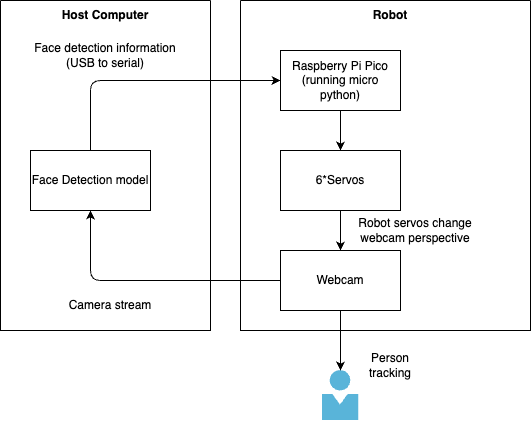
Earlier version of the draw.io export hardware.png (Smengerl/Camera_Follower_Bot). Source tidied: cells renumbered, new cells last; positions are measured from the earlier drawing's top-left corner, leaving out a move shared by most shapes.
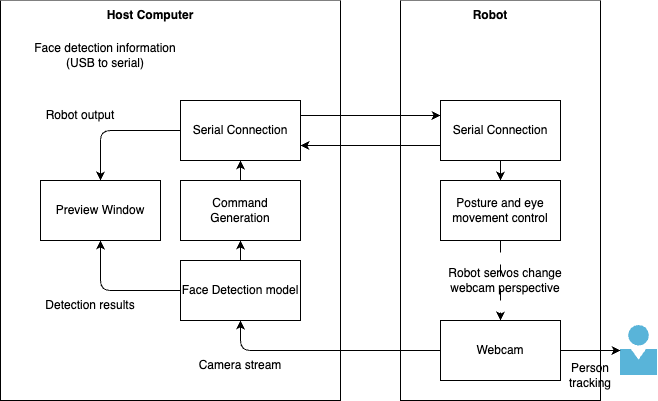
After the change.

Commit message:
Added details to schematics

The edit, as a diff of the source:
```diff
@@ -2,67 +2,101 @@
   <root>
     <mxCell id="0" />
     <mxCell id="1" parent="0" />
-    <mxCell id="2" style="image;sketch=0;html=1;points=[];align=center;fontSize=12;image=img/lib/mscae/Person.svg;" parent="1" vertex="1">
-      <mxGeometry x="321.5" y="370" width="37" height="50" as="geometry" />
-    </mxCell>
-    <mxCell id="3" style="edgeStyle=none;html=1;exitX=0.5;exitY=0;exitDx=0;exitDy=0;entryX=0;entryY=0.5;entryDx=0;entryDy=0;" parent="1" edge="1" source="17" target="10">
-      <mxGeometry relative="1" as="geometry">
-        <Array as="points">
-          <mxPoint x="90" y="80" />
-        </Array>
-      </mxGeometry>
-    </mxCell>
-    <mxCell id="4" style="edgeStyle=none;html=1;entryX=0.5;entryY=1;entryDx=0;entryDy=0;" parent="1" edge="1" source="6" target="17">
-      <mxGeometry relative="1" as="geometry">
-        <Array as="points">
-          <mxPoint x="90" y="280" />
-        </Array>
-      </mxGeometry>
-    </mxCell>
-    <mxCell id="5" style="edgeStyle=none;html=1;" parent="1" edge="1" source="6" target="2">
-      <mxGeometry relative="1" as="geometry" />
-    </mxCell>
-    <mxCell id="6" value="Webcam" style="rounded=0;whiteSpace=wrap;html=1;fillColor=default;" parent="1" vertex="1">
-      <mxGeometry x="280" y="250" width="120" height="60" as="geometry" />
-    </mxCell>
-    <mxCell id="7" style="swimlane;startSize=0;" parent="1" vertex="1">
-      <mxGeometry x="240" width="290" height="330" as="geometry" />
+    <mxCell id="7" style="swimlane;startSize=0;swimlaneFillColor=default;" parent="1" vertex="1">
+      <mxGeometry x="250" width="200" height="400" as="geometry" />
     </mxCell>
     <mxCell id="8" value="Robot" style="text;html=1;align=center;verticalAlign=middle;whiteSpace=wrap;rounded=0;fontStyle=1;" parent="7" vertex="1">
-      <mxGeometry x="10" width="280" height="30" as="geometry" />
+      <mxGeometry x="10" width="160" height="30" as="geometry" />
     </mxCell>
-    <mxCell id="9" value="6*Servos" style="rounded=0;whiteSpace=wrap;html=1;" parent="7" vertex="1">
-      <mxGeometry x="40" y="150" width="120" height="60" as="geometry" />
-    </mxCell>
-    <mxCell id="10" value="Raspberry Pi Pico (running micro python)" style="rounded=0;whiteSpace=wrap;html=1;" parent="7" vertex="1">
-      <mxGeometry x="40" y="50" width="120" height="60" as="geometry" />
+    <mxCell id="10" value="Posture and eye movement control" style="rounded=0;whiteSpace=wrap;html=1;" parent="7" vertex="1">
+      <mxGeometry x="40" y="180" width="120" height="60" as="geometry" />
     </mxCell>
-    <mxCell id="11" style="edgeStyle=none;html=1;" parent="7" edge="1" source="10" target="9">
-      <mxGeometry relative="1" as="geometry" />
-    </mxCell>
     <mxCell id="12" value="Robot servos change webcam perspective" style="text;html=1;align=center;verticalAlign=middle;whiteSpace=wrap;rounded=0;" parent="7" vertex="1">
-      <mxGeometry x="100" y="210" width="150" height="40" as="geometry" />
+      <mxGeometry x="30" y="260" width="150" height="40" as="geometry" />
     </mxCell>
-    <mxCell id="13" value="Person tracking" style="text;html=1;align=center;verticalAlign=middle;whiteSpace=wrap;rounded=0;" parent="1" vertex="1">
-      <mxGeometry x="360" y="350" width="60" height="30" as="geometry" />
-    </mxCell>
+    <mxCell id="6" value="Webcam" style="rounded=0;whiteSpace=wrap;html=1;fillColor=default;" parent="7" vertex="1">
+      <mxGeometry x="40" y="320" width="120" height="60" as="geometry" />
+    </mxCell>
+    <mxCell id="19" style="edgeStyle=none;html=1;dashed=1;dashPattern=12 12;exitX=0.5;exitY=1;exitDx=0;exitDy=0;entryX=0.5;entryY=0;entryDx=0;entryDy=0;" parent="7" edge="1" source="10" target="6">
+      <mxGeometry relative="1" as="geometry" />
+    </mxCell>
+    <mxCell id="20" style="edgeStyle=none;html=1;" parent="7" edge="1" source="21" target="10">
+      <mxGeometry relative="1" as="geometry" />
+    </mxCell>
+    <mxCell id="21" value="Serial Connection" style="rounded=0;whiteSpace=wrap;html=1;" parent="7" vertex="1">
+      <mxGeometry x="40" y="100" width="120" height="60" as="geometry" />
+    </mxCell>
-    <mxCell id="14" style="swimlane;startSize=0;" parent="1" vertex="1">
-      <mxGeometry width="210" height="330" as="geometry" />
+    <mxCell id="14" style="swimlane;startSize=0;fillStyle=solid;swimlaneFillColor=default;fillColor=default;" parent="1" vertex="1">
+      <mxGeometry x="-150" width="340" height="400" as="geometry" />
     </mxCell>
     <mxCell id="15" value="Host Computer" style="text;html=1;align=center;verticalAlign=middle;whiteSpace=wrap;rounded=0;fontStyle=1;" parent="14" vertex="1">
-      <mxGeometry width="210" height="30" as="geometry" />
+      <mxGeometry width="300" height="30" as="geometry" />
     </mxCell>
     <mxCell id="16" value="Camera stream" style="text;html=1;align=center;verticalAlign=middle;whiteSpace=wrap;rounded=0;" parent="14" vertex="1">
-      <mxGeometry x="30" y="290" width="160" height="30" as="geometry" />
+      <mxGeometry x="160" y="350" width="160" height="30" as="geometry" />
     </mxCell>
+    <mxCell id="22" style="edgeStyle=none;html=1;entryX=0.5;entryY=1;entryDx=0;entryDy=0;" parent="14" edge="1" source="17" target="23">
+      <mxGeometry relative="1" as="geometry" />
+    </mxCell>
     <mxCell id="17" value="Face Detection model" style="rounded=0;whiteSpace=wrap;html=1;" parent="14" vertex="1">
-      <mxGeometry x="30" y="150" width="120" height="60" as="geometry" />
+      <mxGeometry x="180" y="260" width="120" height="60" as="geometry" />
     </mxCell>
     <mxCell id="18" value="Face detection information (USB to serial)" style="text;html=1;align=center;verticalAlign=middle;whiteSpace=wrap;rounded=0;" parent="14" vertex="1">
       <mxGeometry x="25" y="40" width="160" height="30" as="geometry" />
     </mxCell>
-    <mxCell id="19" style="edgeStyle=none;html=1;" parent="1" edge="1" source="9" target="6">
-      <mxGeometry relative="1" as="geometry" />
-    </mxCell>
+    <mxCell id="23" value="Command Generation" style="rounded=0;whiteSpace=wrap;html=1;" parent="14" vertex="1">
+      <mxGeometry x="180" y="180" width="120" height="60" as="geometry" />
+    </mxCell>
+    <mxCell id="24" value="Serial Connection" style="rounded=0;whiteSpace=wrap;html=1;" parent="14" vertex="1">
+      <mxGeometry x="180" y="100" width="120" height="60" as="geometry" />
+    </mxCell>
+    <mxCell id="25" style="edgeStyle=none;html=1;entryX=0.5;entryY=1;entryDx=0;entryDy=0;exitX=0.5;exitY=0;exitDx=0;exitDy=0;" parent="14" edge="1" source="23" target="24">
+      <mxGeometry relative="1" as="geometry" />
+    </mxCell>
+    <mxCell id="26" value="Detection results" style="text;html=1;align=center;verticalAlign=middle;whiteSpace=wrap;rounded=0;" parent="14" vertex="1">
+      <mxGeometry x="10" y="290" width="160" height="30" as="geometry" />
+    </mxCell>
+    <mxCell id="27" value="Robot output" style="text;html=1;align=center;verticalAlign=middle;whiteSpace=wrap;rounded=0;" parent="14" vertex="1">
+      <mxGeometry y="100" width="160" height="30" as="geometry" />
+    </mxCell>
+    <mxCell id="2" style="image;sketch=0;html=1;points=[];align=center;fontSize=12;image=img/lib/mscae/Person.svg;" parent="1" vertex="1">
+      <mxGeometry x="470" y="325" width="37" height="50" as="geometry" />
+    </mxCell>
+    <mxCell id="4" style="edgeStyle=none;html=1;entryX=0.5;entryY=1;entryDx=0;entryDy=0;" parent="1" edge="1" source="6" target="17">
+      <mxGeometry relative="1" as="geometry">
+        <Array as="points">
+          <mxPoint x="90" y="350" />
+        </Array>
+      </mxGeometry>
+    </mxCell>
+    <mxCell id="5" style="edgeStyle=none;html=1;" parent="1" edge="1" source="6" target="2">
+      <mxGeometry relative="1" as="geometry" />
+    </mxCell>
+    <mxCell id="13" value="Person tracking" style="text;html=1;align=center;verticalAlign=middle;whiteSpace=wrap;rounded=0;" parent="1" vertex="1">
+      <mxGeometry x="410" y="360" width="60" height="30" as="geometry" />
+    </mxCell>
+    <mxCell id="28" value="Preview Window" style="rounded=0;whiteSpace=wrap;html=1;" parent="1" vertex="1">
+      <mxGeometry x="-110" y="180" width="120" height="60" as="geometry" />
+    </mxCell>
+    <mxCell id="29" style="edgeStyle=none;html=1;entryX=0.5;entryY=1;entryDx=0;entryDy=0;exitX=0;exitY=0.5;exitDx=0;exitDy=0;rounded=1;curved=0;" parent="1" edge="1" source="17" target="28">
+      <mxGeometry relative="1" as="geometry">
+        <Array as="points">
+          <mxPoint x="-50" y="290" />
+        </Array>
+      </mxGeometry>
+    </mxCell>
+    <mxCell id="30" style="edgeStyle=none;html=1;entryX=0;entryY=0.25;entryDx=0;entryDy=0;exitX=1;exitY=0.25;exitDx=0;exitDy=0;" parent="1" edge="1" source="24" target="21">
+      <mxGeometry relative="1" as="geometry" />
+    </mxCell>
+    <mxCell id="31" style="edgeStyle=none;html=1;entryX=0.5;entryY=0;entryDx=0;entryDy=0;exitX=0;exitY=0.5;exitDx=0;exitDy=0;" parent="1" edge="1" source="24" target="28">
+      <mxGeometry relative="1" as="geometry">
+        <Array as="points">
+          <mxPoint x="-50" y="130" />
+        </Array>
+      </mxGeometry>
+    </mxCell>
+    <mxCell id="32" style="edgeStyle=none;html=1;exitX=0;exitY=0.75;exitDx=0;exitDy=0;entryX=1;entryY=0.75;entryDx=0;entryDy=0;" parent="1" edge="1" source="21" target="24">
+      <mxGeometry relative="1" as="geometry" />
+    </mxCell>
   </root>
 </mxGraphModel>
```
